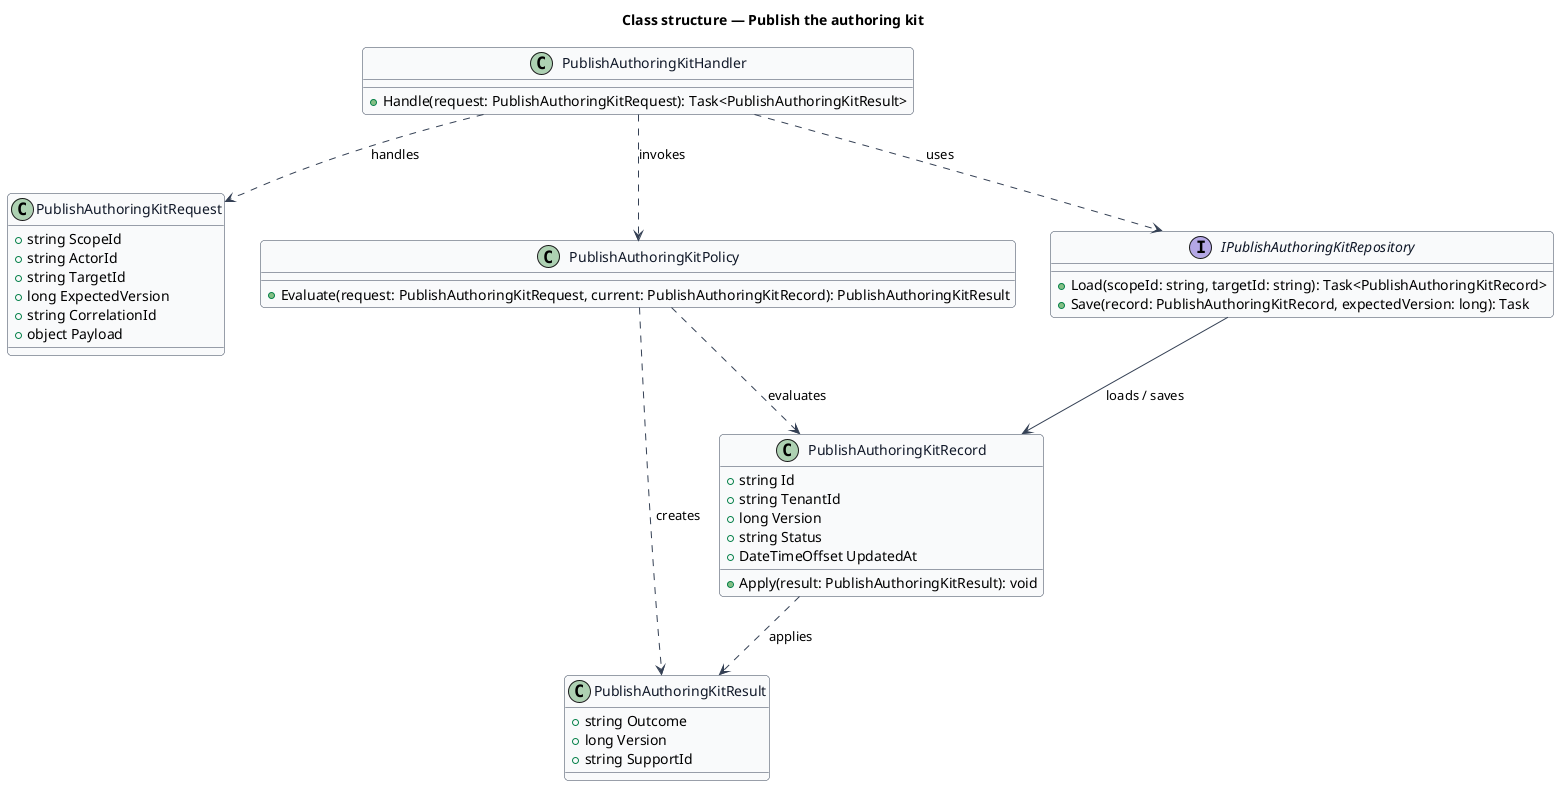
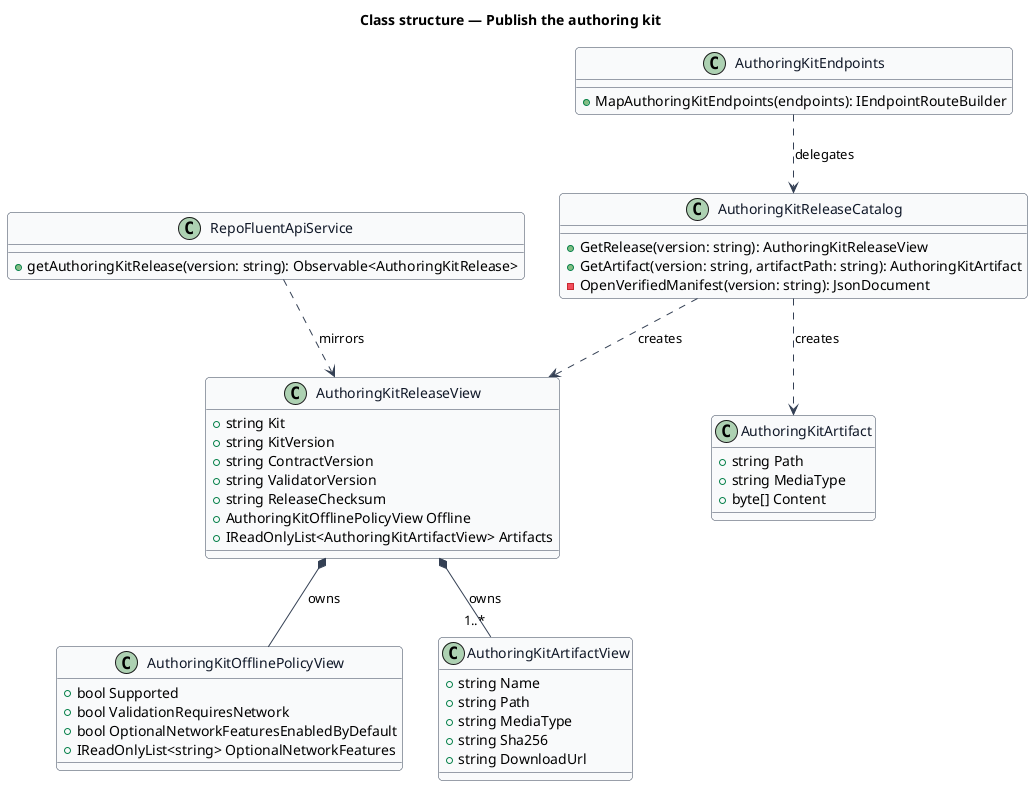
@startuml
skinparam backgroundColor #FFFFFF
skinparam shadowing false
skinparam roundcorner 8
skinparam defaultFontName Arial
skinparam ArrowColor #344054
skinparam class {
  BorderColor #344054
  FontColor #101828
  BackgroundColor #F9FAFB
}
title Class structure — Publish the authoring kit

- class PublishAuthoringKitRequest {
-   +string ScopeId
-   +string ActorId
-   +string TargetId
-   +long ExpectedVersion
-   +string CorrelationId
-   +object Payload
+ class AuthoringKitReleaseCatalog {
+   +GetRelease(version: string): AuthoringKitReleaseView
+   +GetArtifact(version: string, artifactPath: string): AuthoringKitArtifact
+   -OpenVerifiedManifest(version: string): JsonDocument
}

- class PublishAuthoringKitResult {
-   +string Outcome
-   +long Version
-   +string SupportId
+ class AuthoringKitReleaseView {
+   +string Kit
+   +string KitVersion
+   +string ContractVersion
+   +string ValidatorVersion
+   +string ReleaseChecksum
+   +AuthoringKitOfflinePolicyView Offline
+   +IReadOnlyList<AuthoringKitArtifactView> Artifacts
}

- class PublishAuthoringKitRecord {
-   +string Id
-   +string TenantId
-   +long Version
-   +string Status
-   +DateTimeOffset UpdatedAt
-   +Apply(result: PublishAuthoringKitResult): void
+ class AuthoringKitOfflinePolicyView {
+   +bool Supported
+   +bool ValidationRequiresNetwork
+   +bool OptionalNetworkFeaturesEnabledByDefault
+   +IReadOnlyList<string> OptionalNetworkFeatures
}

- class PublishAuthoringKitPolicy {
-   +Evaluate(request: PublishAuthoringKitRequest, current: PublishAuthoringKitRecord): PublishAuthoringKitResult
+ class AuthoringKitArtifactView {
+   +string Name
+   +string Path
+   +string MediaType
+   +string Sha256
+   +string DownloadUrl
}

- interface IPublishAuthoringKitRepository {
-   +Load(scopeId: string, targetId: string): Task<PublishAuthoringKitRecord>
-   +Save(record: PublishAuthoringKitRecord, expectedVersion: long): Task
+ class AuthoringKitArtifact {
+   +string Path
+   +string MediaType
+   +byte[] Content
}

- class PublishAuthoringKitHandler {
-   +Handle(request: PublishAuthoringKitRequest): Task<PublishAuthoringKitResult>
+ class AuthoringKitEndpoints {
+   +MapAuthoringKitEndpoints(endpoints): IEndpointRouteBuilder
}

- PublishAuthoringKitHandler ..> PublishAuthoringKitRequest : handles
- PublishAuthoringKitHandler ..> PublishAuthoringKitPolicy : invokes
- PublishAuthoringKitHandler ..> IPublishAuthoringKitRepository : uses
- IPublishAuthoringKitRepository --> PublishAuthoringKitRecord : loads / saves
- PublishAuthoringKitPolicy ..> PublishAuthoringKitRecord : evaluates
- PublishAuthoringKitPolicy ..> PublishAuthoringKitResult : creates
- PublishAuthoringKitRecord ..> PublishAuthoringKitResult : applies
+ class RepoFluentApiService {
+   +getAuthoringKitRelease(version: string): Observable<AuthoringKitRelease>
+ }
+ 
+ AuthoringKitEndpoints ..> AuthoringKitReleaseCatalog : delegates
+ AuthoringKitReleaseCatalog ..> AuthoringKitReleaseView : creates
+ AuthoringKitReleaseCatalog ..> AuthoringKitArtifact : creates
+ AuthoringKitReleaseView *-- AuthoringKitOfflinePolicyView : owns
+ AuthoringKitReleaseView *-- "1..*" AuthoringKitArtifactView : owns
+ RepoFluentApiService ..> AuthoringKitReleaseView : mirrors
@enduml
